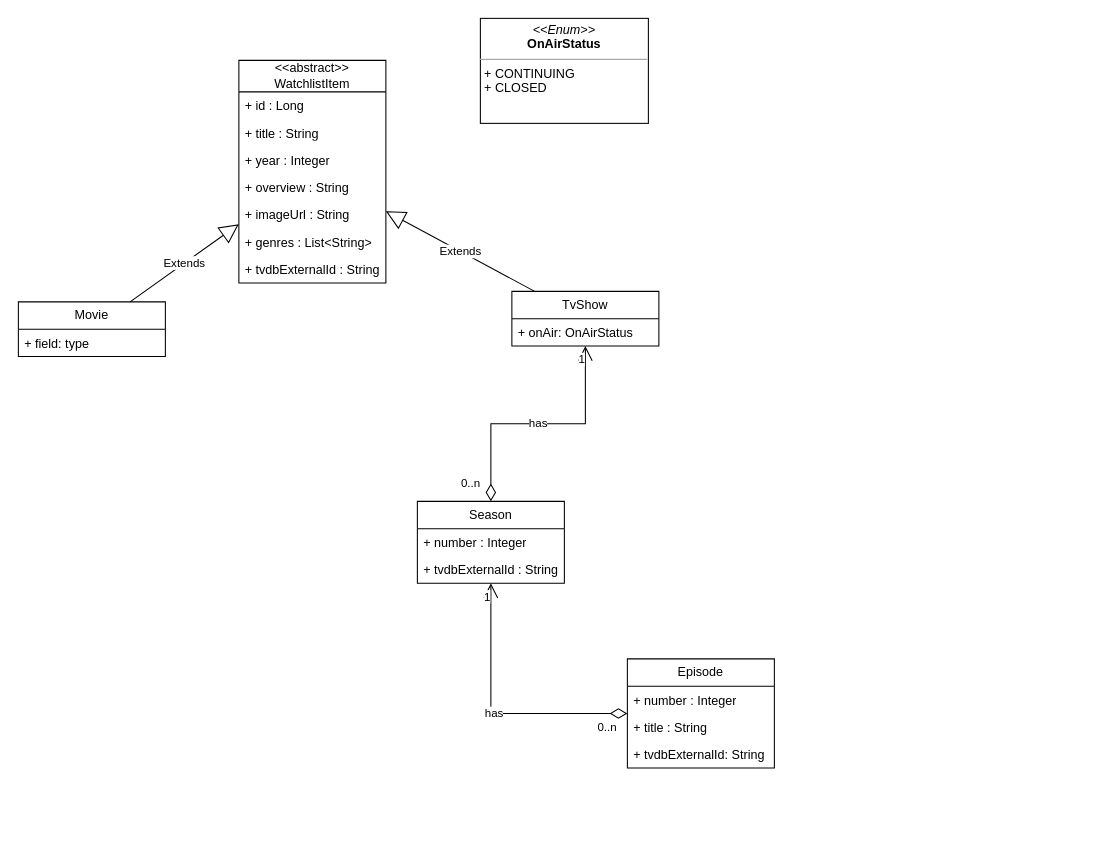
tekeiro/rpi-sweet-home keeps this draw.io diagram as docs/medialib/MODELS.drawio. Above is the earlier version. Source tidied: cells renumbered, new cells numbered last; positions are measured from the earlier drawing's top-left corner, leaving out a move shared by most shapes. Both pictures are drawn from the tidied source at 105%, with x=0, y=0 at pixel (18, 18).
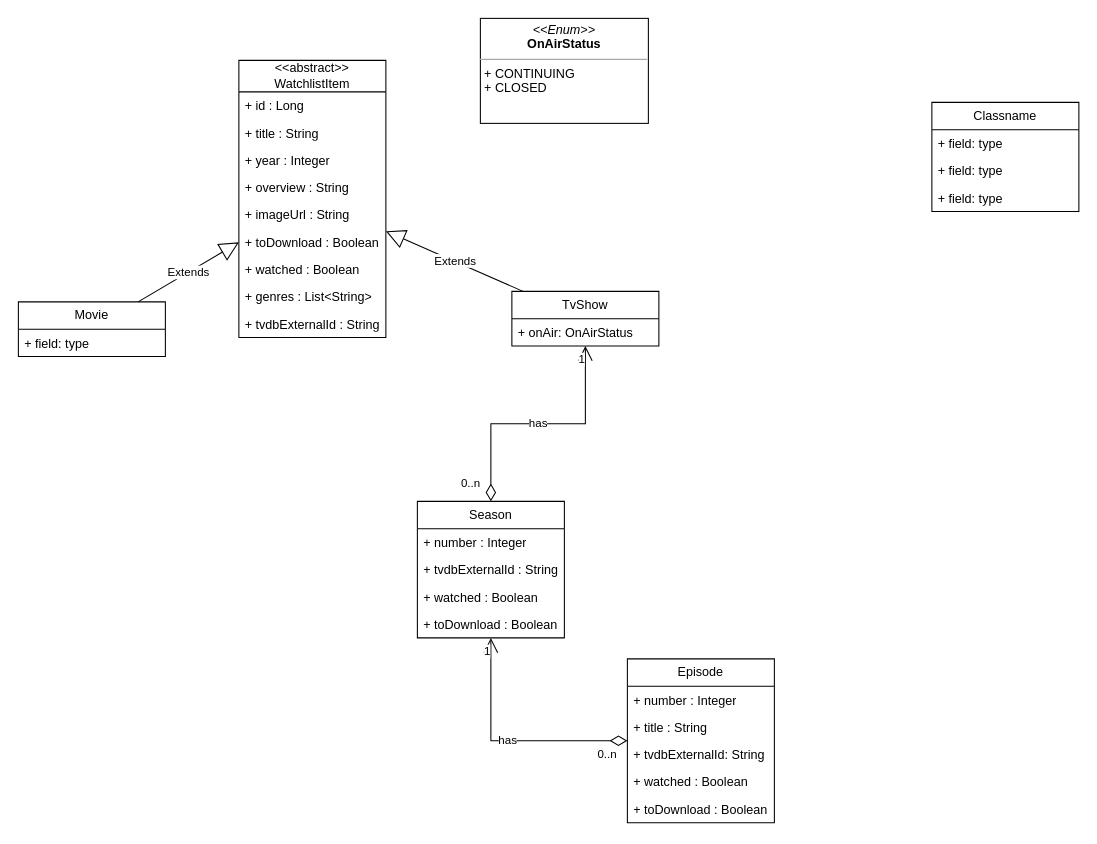
After the change.

Commit message (it also covers changes not shown here):
added watchlist item models

What changed in the source:
```diff
@@
     <mxCell id="2" value="&amp;lt;&amp;lt;abstract&amp;gt;&amp;gt;&lt;br&gt;WatchlistItem" style="swimlane;fontStyle=0;horizontal=1;startSize=30;fillColor=none;whiteSpace=wrap;html=1;" parent="1" vertex="1">
-      <mxGeometry x="210" y="40" width="140" height="212" as="geometry" />
+      <mxGeometry x="210" y="40" width="140" height="264" as="geometry" />
     </mxCell>
@@
+    <mxCell id="30" value="+ toDownload : Boolean" style="text;strokeColor=none;fillColor=none;align=left;verticalAlign=top;spacingLeft=4;spacingRight=4;overflow=hidden;whiteSpace=wrap;html=1;" parent="2" vertex="1">
+      <mxGeometry y="160" width="140" height="26" as="geometry" />
+    </mxCell>
+    <mxCell id="31" value="+ watched : Boolean" style="text;strokeColor=none;fillColor=none;align=left;verticalAlign=top;spacingLeft=4;spacingRight=4;overflow=hidden;whiteSpace=wrap;html=1;" parent="2" vertex="1">
+      <mxGeometry y="186" width="140" height="26" as="geometry" />
+    </mxCell>
     <mxCell id="8" value="+ genres : List&amp;lt;String&amp;gt;" style="text;strokeColor=none;fillColor=none;align=left;verticalAlign=top;spacingLeft=4;spacingRight=4;overflow=hidden;whiteSpace=wrap;html=1;" parent="2" vertex="1">
-      <mxGeometry y="160" width="140" height="26" as="geometry" />
+      <mxGeometry y="212" width="140" height="26" as="geometry" />
     </mxCell>
     <mxCell id="9" value="+ tvdbExternalId : String" style="text;strokeColor=none;fillColor=none;align=left;verticalAlign=top;spacingLeft=4;spacingRight=4;overflow=hidden;whiteSpace=wrap;html=1;" parent="2" vertex="1">
-      <mxGeometry y="186" width="140" height="26" as="geometry" />
+      <mxGeometry y="238" width="140" height="26" as="geometry" />
     </mxCell>
@@
     <mxCell id="16" value="Season" style="swimlane;fontStyle=0;horizontal=1;startSize=26;fillColor=none;whiteSpace=wrap;html=1;" parent="1" vertex="1">
-      <mxGeometry x="380" y="460" width="140" height="78" as="geometry" />
+      <mxGeometry x="380" y="460" width="140" height="130" as="geometry" />
     </mxCell>
@@
+    <mxCell id="32" value="+ watched : Boolean" style="text;strokeColor=none;fillColor=none;align=left;verticalAlign=top;spacingLeft=4;spacingRight=4;overflow=hidden;whiteSpace=wrap;html=1;" parent="16" vertex="1">
+      <mxGeometry y="78" width="140" height="26" as="geometry" />
+    </mxCell>
+    <mxCell id="33" value="+ toDownload : Boolean" style="text;strokeColor=none;fillColor=none;align=left;verticalAlign=top;spacingLeft=4;spacingRight=4;overflow=hidden;whiteSpace=wrap;html=1;" parent="16" vertex="1">
+      <mxGeometry y="104" width="140" height="26" as="geometry" />
+    </mxCell>
     <mxCell id="19" value="Episode" style="swimlane;fontStyle=0;horizontal=1;startSize=26;fillColor=none;whiteSpace=wrap;html=1;" parent="1" vertex="1">
-      <mxGeometry x="580" y="610" width="140" height="104" as="geometry" />
+      <mxGeometry x="580" y="610" width="140" height="156" as="geometry" />
     </mxCell>
@@
+    <mxCell id="34" value="+ watched : Boolean" style="text;strokeColor=none;fillColor=none;align=left;verticalAlign=top;spacingLeft=4;spacingRight=4;overflow=hidden;whiteSpace=wrap;html=1;" parent="19" vertex="1">
+      <mxGeometry y="104" width="140" height="26" as="geometry" />
+    </mxCell>
+    <mxCell id="35" value="+ toDownload : Boolean" style="text;strokeColor=none;fillColor=none;align=left;verticalAlign=top;spacingLeft=4;spacingRight=4;overflow=hidden;whiteSpace=wrap;html=1;" parent="19" vertex="1">
+      <mxGeometry y="130" width="140" height="26" as="geometry" />
+    </mxCell>
@@
+    <mxCell id="36" value="Classname" style="swimlane;fontStyle=0;horizontal=1;startSize=26;fillColor=none;whiteSpace=wrap;html=1;" parent="1" vertex="1">
+      <mxGeometry x="870" y="80" width="140" height="104" as="geometry" />
+    </mxCell>
+    <mxCell id="37" value="+ field: type" style="text;strokeColor=none;fillColor=none;align=left;verticalAlign=top;spacingLeft=4;spacingRight=4;overflow=hidden;whiteSpace=wrap;html=1;" parent="36" vertex="1">
+      <mxGeometry y="26" width="140" height="26" as="geometry" />
+    </mxCell>
+    <mxCell id="38" value="+ field: type" style="text;strokeColor=none;fillColor=none;align=left;verticalAlign=top;spacingLeft=4;spacingRight=4;overflow=hidden;whiteSpace=wrap;html=1;" parent="36" vertex="1">
+      <mxGeometry y="52" width="140" height="26" as="geometry" />
+    </mxCell>
+    <mxCell id="39" value="+ field: type" style="text;strokeColor=none;fillColor=none;align=left;verticalAlign=top;spacingLeft=4;spacingRight=4;overflow=hidden;whiteSpace=wrap;html=1;" parent="36" vertex="1">
+      <mxGeometry y="78" width="140" height="26" as="geometry" />
+    </mxCell>
```
